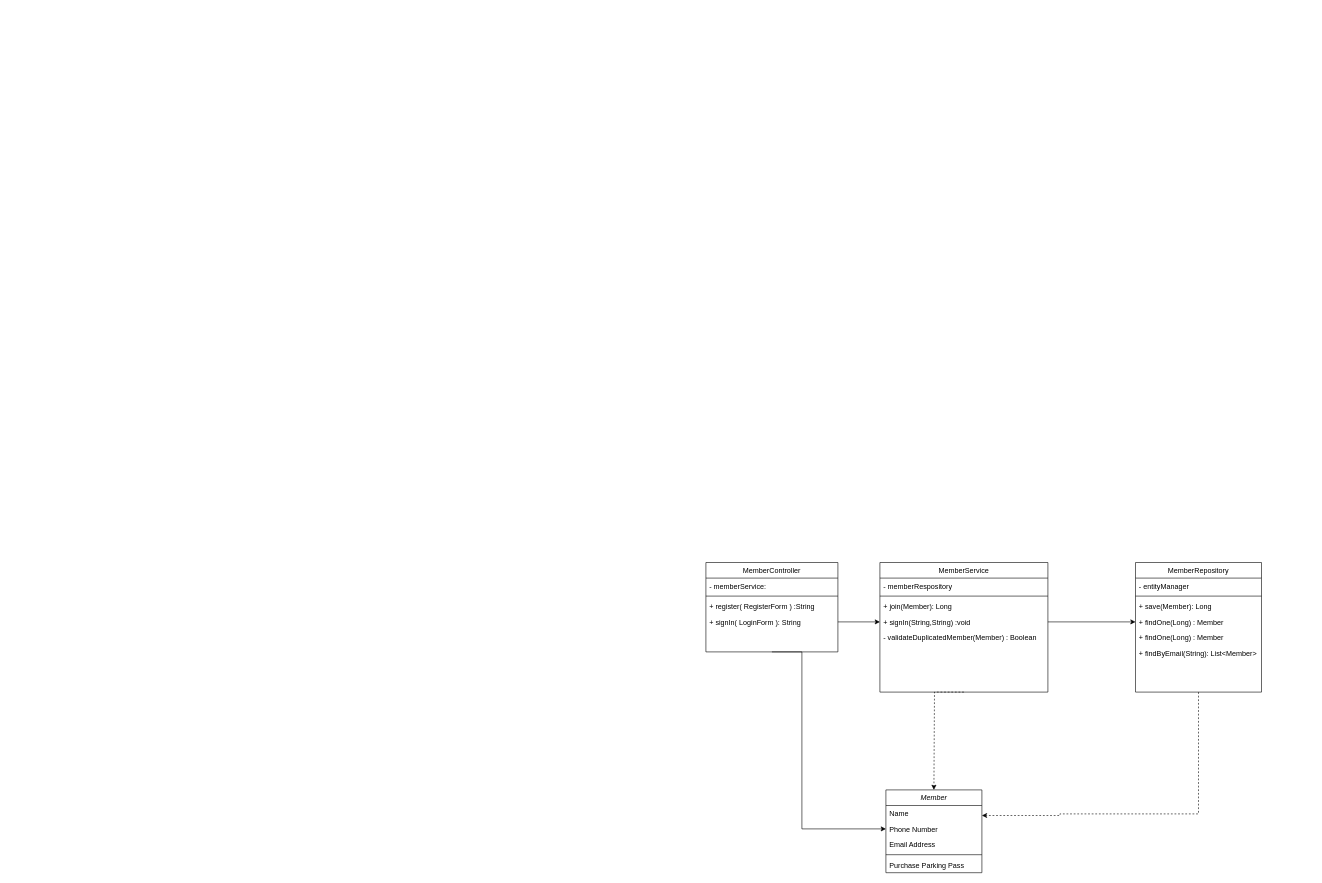
Above: Class Diagram.drawio in rlagudtn/Share (draw.io), before the change. Source tidied: cells renumbered, new cells numbered last; positions are measured from the earlier drawing's top-left corner, leaving out a move shared by most shapes. Both pictures are drawn from the tidied source at 60%, with x=0, y=0 at pixel (706, 562).
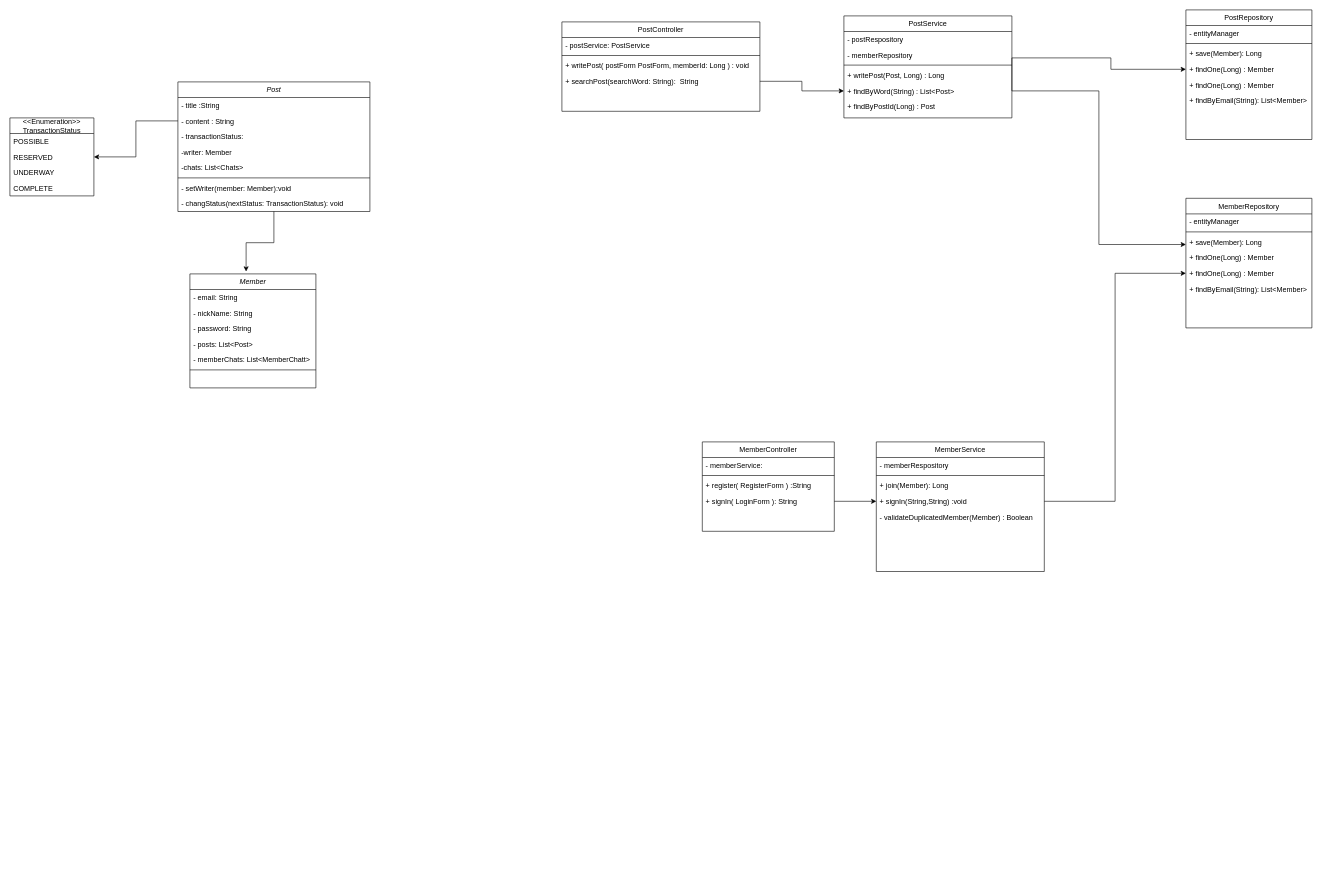
The same diagram, later.

The change refers to these unchanged cells:
```xml
<mxCell id="7" value="+ findOne(Long) : Member" style="text;align=left;verticalAlign=top;spacingLeft=4;spacingRight=4;overflow=hidden;points=[[0,0.5],[1,0.5]];portConstraint=eastwest;" parent="3" vertex="1">
  <mxGeometry y="86" width="210" height="26" as="geometry" />
</mxCell>
<mxCell id="8" value="+ findOne(Long) : Member" style="text;align=left;verticalAlign=top;spacingLeft=4;spacingRight=4;overflow=hidden;points=[[0,0.5],[1,0.5]];portConstraint=eastwest;" parent="3" vertex="1">
  <mxGeometry y="112" width="210" height="26" as="geometry" />
</mxCell>
<mxCell id="15" value="+ signIn(String,String) :void " style="text;align=left;verticalAlign=top;spacingLeft=4;spacingRight=4;overflow=hidden;points=[[0,0.5],[1,0.5]];portConstraint=eastwest;" parent="11" vertex="1">
  <mxGeometry y="86" width="280" height="26" as="geometry" />
</mxCell>
```

Diff of the diagram source:
```diff
@@
-    <mxCell id="2" style="edgeStyle=orthogonalEdgeStyle;rounded=0;jettySize=auto;html=1;exitX=0.5;exitY=1;exitDx=0;exitDy=0;dashed=1;entryX=1;entryY=-0.359;entryDx=0;entryDy=0;entryPerimeter=0;" parent="1" edge="1" source="3" target="25">
-      <mxGeometry relative="1" as="geometry">
-        <Array as="points">
-          <mxPoint x="821" y="419" />
-          <mxPoint x="590" y="419" />
-          <mxPoint x="590" y="422" />
-        </Array>
-      </mxGeometry>
-    </mxCell>
     <mxCell id="3" value="MemberRepository" style="swimlane;fontStyle=0;align=center;verticalAlign=top;horizontal=1;startSize=26;rounded=0;shadow=0;strokeWidth=1;" parent="1" vertex="1">
-      <mxGeometry x="716" width="210" height="216" as="geometry" />
+      <mxGeometry x="800" y="-607" width="210" height="216" as="geometry" />
     </mxCell>
@@
-    <mxCell id="10" style="edgeStyle=orthogonalEdgeStyle;rounded=0;jettySize=auto;html=1;exitX=0.5;exitY=1;exitDx=0;exitDy=0;entryX=0.5;entryY=0;entryDx=0;entryDy=0;dashed=1;" parent="1" edge="1" source="11" target="23">
-      <mxGeometry relative="1" as="geometry">
-        <Array as="points">
-          <mxPoint x="381" y="216" />
-        </Array>
-      </mxGeometry>
-    </mxCell>
     <mxCell id="11" value="MemberService" style="swimlane;fontStyle=0;align=center;verticalAlign=top;horizontal=1;startSize=26;rounded=0;shadow=0;strokeWidth=1;" parent="1" vertex="1">
-      <mxGeometry x="290" width="280" height="216" as="geometry" />
+      <mxGeometry x="284" y="-201" width="280" height="216" as="geometry" />
     </mxCell>
@@
-    <mxCell id="17" style="edgeStyle=orthogonalEdgeStyle;rounded=0;jettySize=auto;html=1;exitX=0.5;exitY=1;exitDx=0;exitDy=0;entryX=0;entryY=0.5;entryDx=0;entryDy=0;" parent="1" edge="1" source="18" target="25">
-      <mxGeometry relative="1" as="geometry">
-        <Array as="points">
-          <mxPoint x="160" y="149" />
-          <mxPoint x="160" y="444" />
-        </Array>
-      </mxGeometry>
-    </mxCell>
     <mxCell id="18" value="MemberController" style="swimlane;fontStyle=0;align=center;verticalAlign=top;horizontal=1;startSize=26;rounded=0;shadow=0;strokeWidth=1;" parent="1" vertex="1">
-      <mxGeometry width="220" height="149" as="geometry" />
+      <mxGeometry x="-6" y="-201" width="220" height="149" as="geometry" />
     </mxCell>
@@
     <mxCell id="23" value="Member" style="swimlane;fontStyle=2;align=center;verticalAlign=top;horizontal=1;startSize=26;rounded=0;shadow=0;strokeWidth=1;" parent="1" vertex="1">
-      <mxGeometry x="300" y="379" width="160" height="138" as="geometry" />
+      <mxGeometry x="-860" y="-481" width="210" height="190" as="geometry" />
     </mxCell>
-    <mxCell id="24" value="Name" style="text;align=left;verticalAlign=top;spacingLeft=4;spacingRight=4;overflow=hidden;" parent="23" vertex="1">
-      <mxGeometry y="26" width="160" height="26" as="geometry" />
+    <mxCell id="24" value="- email: String" style="text;align=left;verticalAlign=top;spacingLeft=4;spacingRight=4;overflow=hidden;" parent="23" vertex="1">
+      <mxGeometry y="26" width="210" height="26" as="geometry" />
     </mxCell>
-    <mxCell id="25" value="Phone Number" style="text;align=left;verticalAlign=top;spacingLeft=4;spacingRight=4;overflow=hidden;points=[[0,0.5],[1,0.5]];portConstraint=eastwest;rounded=0;shadow=0;html=0;" parent="23" vertex="1">
-      <mxGeometry y="52" width="160" height="26" as="geometry" />
+    <mxCell id="25" value="- nickName: String" style="text;align=left;verticalAlign=top;spacingLeft=4;spacingRight=4;overflow=hidden;points=[[0,0.5],[1,0.5]];portConstraint=eastwest;rounded=0;shadow=0;html=0;" parent="23" vertex="1">
+      <mxGeometry y="52" width="210" height="26" as="geometry" />
     </mxCell>
-    <mxCell id="26" value="Email Address" style="text;align=left;verticalAlign=top;spacingLeft=4;spacingRight=4;overflow=hidden;rounded=0;shadow=0;html=0;" parent="23" vertex="1">
-      <mxGeometry y="78" width="160" height="26" as="geometry" />
+    <mxCell id="26" value="- password: String" style="text;align=left;verticalAlign=top;spacingLeft=4;spacingRight=4;overflow=hidden;rounded=0;shadow=0;html=0;" parent="23" vertex="1">
+      <mxGeometry y="78" width="210" height="26" as="geometry" />
     </mxCell>
+    <mxCell id="31" value="- posts: List&lt;Post&gt;" style="text;align=left;verticalAlign=top;spacingLeft=4;spacingRight=4;overflow=hidden;rounded=0;shadow=0;html=0;" parent="23" vertex="1">
+      <mxGeometry y="104" width="210" height="26" as="geometry" />
+    </mxCell>
+    <mxCell id="32" value="- memberChats: List&lt;MemberChatt&gt;" style="text;align=left;verticalAlign=top;spacingLeft=4;spacingRight=4;overflow=hidden;rounded=0;shadow=0;html=0;" parent="23" vertex="1">
+      <mxGeometry y="130" width="210" height="26" as="geometry" />
+    </mxCell>
     <mxCell id="27" style="line;html=1;strokeWidth=1;align=left;verticalAlign=middle;spacingTop=-1;spacingLeft=3;spacingRight=3;labelPosition=right;" parent="23" vertex="1">
-      <mxGeometry y="104" width="160" height="8" as="geometry" />
+      <mxGeometry y="156" width="210" height="8" as="geometry" />
     </mxCell>
-    <mxCell id="28" value="Purchase Parking Pass" style="text;align=left;verticalAlign=top;spacingLeft=4;spacingRight=4;overflow=hidden;" parent="23" vertex="1">
-      <mxGeometry y="112" width="160" height="26" as="geometry" />
-    </mxCell>
@@
-    <mxCell id="30" style="edgeStyle=orthogonalEdgeStyle;rounded=0;jettySize=auto;html=1;exitX=1;exitY=0.5;exitDx=0;exitDy=0;entryX=0;entryY=0.5;entryDx=0;entryDy=0;" parent="1" edge="1" source="15" target="7">
+    <mxCell id="30" style="edgeStyle=orthogonalEdgeStyle;rounded=0;jettySize=auto;html=1;exitX=1;exitY=0.5;exitDx=0;exitDy=0;entryX=0;entryY=0.5;entryDx=0;entryDy=0;" parent="1" edge="1" source="15" target="8">
       <mxGeometry relative="1" as="geometry" />
     </mxCell>
+    <mxCell id="33" value="PostRepository" style="swimlane;fontStyle=0;align=center;verticalAlign=top;horizontal=1;startSize=26;rounded=0;shadow=0;strokeWidth=1;" parent="1" vertex="1">
+      <mxGeometry x="800" y="-921" width="210" height="216" as="geometry" />
+    </mxCell>
+    <mxCell id="34" value="- entityManager" style="text;align=left;verticalAlign=top;spacingLeft=4;spacingRight=4;overflow=hidden;rounded=0;shadow=0;html=0;" parent="33" vertex="1">
+      <mxGeometry y="26" width="210" height="26" as="geometry" />
+    </mxCell>
+    <mxCell id="35" style="line;html=1;strokeWidth=1;align=left;verticalAlign=middle;spacingTop=-1;spacingLeft=3;spacingRight=3;labelPosition=right;" parent="33" vertex="1">
+      <mxGeometry y="52" width="210" height="8" as="geometry" />
+    </mxCell>
+    <mxCell id="36" value="+ save(Member): Long" style="text;align=left;verticalAlign=top;spacingLeft=4;spacingRight=4;overflow=hidden;" parent="33" vertex="1">
+      <mxGeometry y="60" width="210" height="26" as="geometry" />
+    </mxCell>
+    <mxCell id="37" value="+ findOne(Long) : Member" style="text;align=left;verticalAlign=top;spacingLeft=4;spacingRight=4;overflow=hidden;points=[[0,0.5],[1,0.5]];portConstraint=eastwest;" parent="33" vertex="1">
+      <mxGeometry y="86" width="210" height="26" as="geometry" />
+    </mxCell>
+    <mxCell id="38" value="+ findOne(Long) : Member" style="text;align=left;verticalAlign=top;spacingLeft=4;spacingRight=4;overflow=hidden;" parent="33" vertex="1">
+      <mxGeometry y="112" width="210" height="26" as="geometry" />
+    </mxCell>
+    <mxCell id="39" value="+ findByEmail(String): List&lt;Member&gt;" style="text;align=left;verticalAlign=top;spacingLeft=4;spacingRight=4;overflow=hidden;" parent="33" vertex="1">
+      <mxGeometry y="138" width="210" height="26" as="geometry" />
+    </mxCell>
+    <mxCell id="40" style="edgeStyle=orthogonalEdgeStyle;rounded=0;jettySize=auto;html=1;exitX=1;exitY=0.5;exitDx=0;exitDy=0;entryX=0;entryY=-0.346;entryDx=0;entryDy=0;entryPerimeter=0;" parent="1" edge="1" source="46" target="7">
+      <mxGeometry relative="1" as="geometry" />
+    </mxCell>
+    <mxCell id="41" value="PostService" style="swimlane;fontStyle=0;align=center;verticalAlign=top;horizontal=1;startSize=26;rounded=0;shadow=0;strokeWidth=1;" parent="1" vertex="1">
+      <mxGeometry x="230" y="-911" width="280" height="170" as="geometry" />
+    </mxCell>
+    <mxCell id="42" value="- postRespository" style="text;align=left;verticalAlign=top;spacingLeft=4;spacingRight=4;overflow=hidden;rounded=0;shadow=0;html=0;" parent="41" vertex="1">
+      <mxGeometry y="26" width="280" height="26" as="geometry" />
+    </mxCell>
+    <mxCell id="43" value="- memberRepository" style="text;align=left;verticalAlign=top;spacingLeft=4;spacingRight=4;overflow=hidden;rounded=0;shadow=0;html=0;" parent="41" vertex="1">
+      <mxGeometry y="52" width="280" height="26" as="geometry" />
+    </mxCell>
+    <mxCell id="44" style="line;html=1;strokeWidth=1;align=left;verticalAlign=middle;spacingTop=-1;spacingLeft=3;spacingRight=3;labelPosition=right;" parent="41" vertex="1">
+      <mxGeometry y="78" width="280" height="8" as="geometry" />
+    </mxCell>
+    <mxCell id="45" value="+ writePost(Post, Long) : Long" style="text;align=left;verticalAlign=top;spacingLeft=4;spacingRight=4;overflow=hidden;" parent="41" vertex="1">
+      <mxGeometry y="86" width="280" height="26" as="geometry" />
+    </mxCell>
+    <mxCell id="46" value="+ findByWord(String) : List&lt;Post&gt;" style="text;align=left;verticalAlign=top;spacingLeft=4;spacingRight=4;overflow=hidden;points=[[0,0.5],[1,0.5]];portConstraint=eastwest;" parent="41" vertex="1">
+      <mxGeometry y="112" width="280" height="26" as="geometry" />
+    </mxCell>
+    <mxCell id="47" value="+ findByPostId(Long) : Post" style="text;align=left;verticalAlign=top;spacingLeft=4;spacingRight=4;overflow=hidden;" parent="41" vertex="1">
+      <mxGeometry y="138" width="280" height="26" as="geometry" />
+    </mxCell>
+    <mxCell id="48" value="PostController" style="swimlane;fontStyle=0;align=center;verticalAlign=top;horizontal=1;startSize=26;rounded=0;shadow=0;strokeWidth=1;" parent="1" vertex="1">
+      <mxGeometry x="-240" y="-901" width="330" height="149" as="geometry" />
+    </mxCell>
+    <mxCell id="49" value="- postService: PostService" style="text;align=left;verticalAlign=top;spacingLeft=4;spacingRight=4;overflow=hidden;" parent="48" vertex="1">
+      <mxGeometry y="26" width="330" height="26" as="geometry" />
+    </mxCell>
+    <mxCell id="50" style="line;html=1;strokeWidth=1;align=left;verticalAlign=middle;spacingTop=-1;spacingLeft=3;spacingRight=3;labelPosition=right;" parent="48" vertex="1">
+      <mxGeometry y="52" width="330" height="8" as="geometry" />
+    </mxCell>
+    <mxCell id="51" value="+ writePost( postForm PostForm, memberId: Long ) : void" style="text;align=left;verticalAlign=top;spacingLeft=4;spacingRight=4;overflow=hidden;" parent="48" vertex="1">
+      <mxGeometry y="60" width="330" height="26" as="geometry" />
+    </mxCell>
+    <mxCell id="52" value="+ searchPost(searchWord: String):  String" style="text;align=left;verticalAlign=top;spacingLeft=4;spacingRight=4;overflow=hidden;points=[[0,0.5],[1,0.5]];portConstraint=eastwest;" parent="48" vertex="1">
+      <mxGeometry y="86" width="330" height="26" as="geometry" />
+    </mxCell>
+    <mxCell id="53" style="edgeStyle=orthogonalEdgeStyle;rounded=0;jettySize=auto;html=1;exitX=0.5;exitY=1;exitDx=0;exitDy=0;entryX=0.446;entryY=-0.021;entryDx=0;entryDy=0;entryPerimeter=0;" parent="1" edge="1" source="54" target="23">
+      <mxGeometry relative="1" as="geometry" />
+    </mxCell>
+    <mxCell id="54" value="Post" style="swimlane;fontStyle=2;align=center;verticalAlign=top;horizontal=1;startSize=26;rounded=0;shadow=0;strokeWidth=1;" parent="1" vertex="1">
+      <mxGeometry x="-880" y="-801" width="320" height="216" as="geometry" />
+    </mxCell>
+    <mxCell id="55" value="- title :String" style="text;align=left;verticalAlign=top;spacingLeft=4;spacingRight=4;overflow=hidden;" parent="54" vertex="1">
+      <mxGeometry y="26" width="320" height="26" as="geometry" />
+    </mxCell>
+    <mxCell id="56" value="- content : String" style="text;align=left;verticalAlign=top;spacingLeft=4;spacingRight=4;overflow=hidden;points=[[0,0.5],[1,0.5]];portConstraint=eastwest;rounded=0;shadow=0;html=0;" parent="54" vertex="1">
+      <mxGeometry y="52" width="320" height="26" as="geometry" />
+    </mxCell>
+    <mxCell id="57" value="- transactionStatus: " style="text;align=left;verticalAlign=top;spacingLeft=4;spacingRight=4;overflow=hidden;rounded=0;shadow=0;html=0;" parent="54" vertex="1">
+      <mxGeometry y="78" width="320" height="26" as="geometry" />
+    </mxCell>
+    <mxCell id="58" value="-writer: Member" style="text;align=left;verticalAlign=top;spacingLeft=4;spacingRight=4;overflow=hidden;rounded=0;shadow=0;html=0;" parent="54" vertex="1">
+      <mxGeometry y="104" width="320" height="26" as="geometry" />
+    </mxCell>
+    <mxCell id="59" value="-chats: List&lt;Chats&gt;" style="text;align=left;verticalAlign=top;spacingLeft=4;spacingRight=4;overflow=hidden;rounded=0;shadow=0;html=0;" parent="54" vertex="1">
+      <mxGeometry y="130" width="320" height="26" as="geometry" />
+    </mxCell>
+    <mxCell id="60" style="line;html=1;strokeWidth=1;align=left;verticalAlign=middle;spacingTop=-1;spacingLeft=3;spacingRight=3;labelPosition=right;" parent="54" vertex="1">
+      <mxGeometry y="156" width="320" height="8" as="geometry" />
+    </mxCell>
+    <mxCell id="61" value="- setWriter(member: Member):void" style="text;align=left;verticalAlign=top;spacingLeft=4;spacingRight=4;overflow=hidden;" parent="54" vertex="1">
+      <mxGeometry y="164" width="320" height="26" as="geometry" />
+    </mxCell>
+    <mxCell id="62" value="- changStatus(nextStatus: TransactionStatus): void" style="text;align=left;verticalAlign=top;spacingLeft=4;spacingRight=4;overflow=hidden;" parent="54" vertex="1">
+      <mxGeometry y="190" width="320" height="26" as="geometry" />
+    </mxCell>
+    <mxCell id="63" style="edgeStyle=orthogonalEdgeStyle;rounded=0;jettySize=auto;html=1;exitX=1;exitY=0.5;exitDx=0;exitDy=0;entryX=0;entryY=0.5;entryDx=0;entryDy=0;" parent="1" edge="1" source="52" target="46">
+      <mxGeometry relative="1" as="geometry" />
+    </mxCell>
+    <mxCell id="64" style="edgeStyle=orthogonalEdgeStyle;rounded=0;jettySize=auto;html=1;exitX=1;exitY=0.5;exitDx=0;exitDy=0;entryX=0;entryY=0.5;entryDx=0;entryDy=0;" parent="1" edge="1" source="46" target="37">
+      <mxGeometry relative="1" as="geometry">
+        <Array as="points">
+          <mxPoint x="510" y="-841" />
+          <mxPoint x="675" y="-841" />
+          <mxPoint x="675" y="-822" />
+        </Array>
+      </mxGeometry>
+    </mxCell>
+    <mxCell id="65" value="&lt;&lt;Enumeration&gt;&gt;&#10;TransactionStatus" style="swimlane;fontStyle=0;horizontal=1;startSize=26;fillColor=none;" parent="1" vertex="1">
+      <mxGeometry x="-1160" y="-741" width="140" height="130" as="geometry" />
+    </mxCell>
+    <mxCell id="66" value="POSSIBLE" style="text;strokeColor=none;fillColor=none;align=left;verticalAlign=top;spacingLeft=4;spacingRight=4;overflow=hidden;" parent="65" vertex="1">
+      <mxGeometry y="26" width="140" height="26" as="geometry" />
+    </mxCell>
+    <mxCell id="67" value="RESERVED" style="text;strokeColor=none;fillColor=none;align=left;verticalAlign=top;spacingLeft=4;spacingRight=4;overflow=hidden;" parent="65" vertex="1">
+      <mxGeometry y="52" width="140" height="26" as="geometry" />
+    </mxCell>
+    <mxCell id="68" value="UNDERWAY" style="text;strokeColor=none;fillColor=none;align=left;verticalAlign=top;spacingLeft=4;spacingRight=4;overflow=hidden;" parent="65" vertex="1">
+      <mxGeometry y="78" width="140" height="26" as="geometry" />
+    </mxCell>
+    <mxCell id="69" value="COMPLETE" style="text;strokeColor=none;fillColor=none;align=left;verticalAlign=top;spacingLeft=4;spacingRight=4;overflow=hidden;" parent="65" vertex="1">
+      <mxGeometry y="104" width="140" height="26" as="geometry" />
+    </mxCell>
+    <mxCell id="70" style="edgeStyle=orthogonalEdgeStyle;rounded=0;jettySize=auto;html=1;exitX=0;exitY=0.5;exitDx=0;exitDy=0;entryX=1;entryY=0.5;entryDx=0;entryDy=0;" parent="1" edge="1" source="56" target="65">
+      <mxGeometry relative="1" as="geometry" />
+    </mxCell>
```
